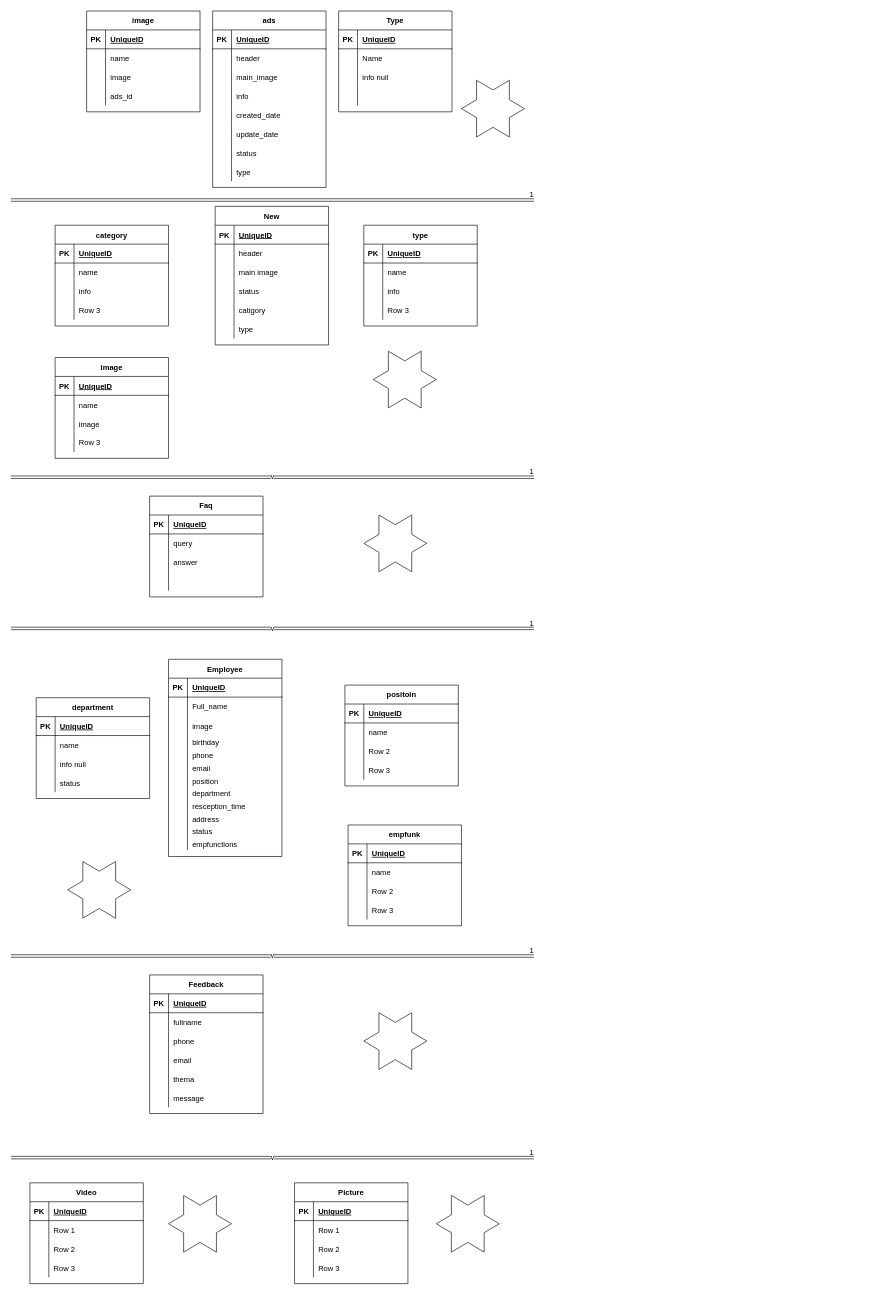
Above: page "aero" (4 of 4) of Untitled Diagram.drawio in Ramizddin/Games (draw.io), before the change. Source tidied: cells renumbered, new cells numbered last; positions are measured from the earlier drawing's top-left corner, leaving out a move shared by most shapes. Both pictures are drawn from the tidied source at 63%, with x=0, y=0 at pixel (11, 11).
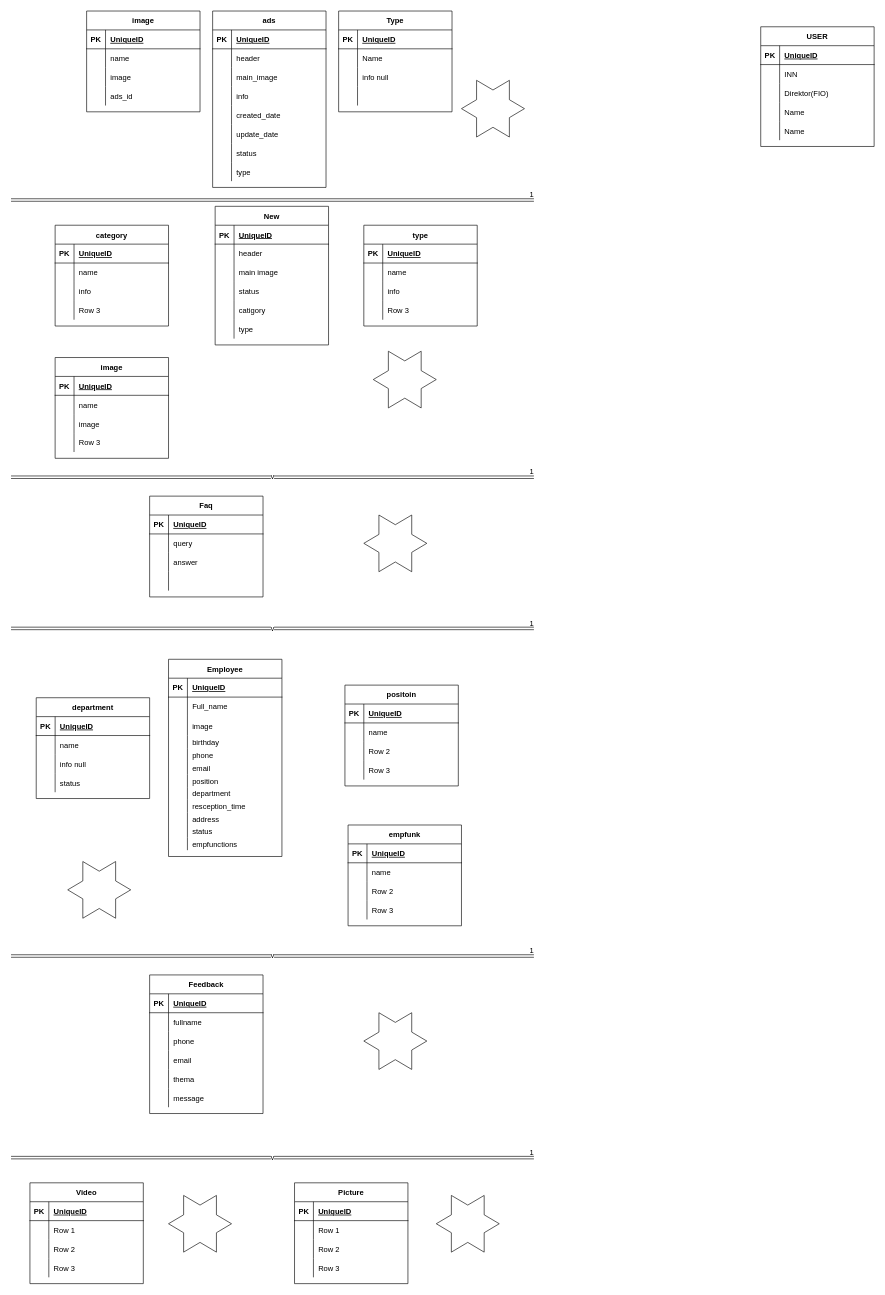
The same page after the edit.

The edit, as a diff of the source:
```diff
@@
+    <mxCell id="262" value="USER" style="shape=table;startSize=30;childLayout=tableLayout;rowLines=0;fontStyle=1;align=center;" parent="1" vertex="1">
+      <mxGeometry x="1190" y="25" width="180" height="190" as="geometry" />
+    </mxCell>
+    <mxCell id="263" style="shape=tableRow;horizontal=0;startSize=0;swimlaneHead=0;swimlaneBody=0;fillColor=none;top=0;left=0;right=0;bottom=1;" parent="262" vertex="1">
+      <mxGeometry y="30" width="180" height="30" as="geometry" />
+    </mxCell>
+    <mxCell id="264" value="PK" style="shape=partialRectangle;fillColor=none;top=0;left=0;bottom=0;right=0;fontStyle=1;overflow=hidden;" parent="263" vertex="1">
+      <mxGeometry width="30" height="30" as="geometry" />
+    </mxCell>
+    <mxCell id="265" value="UniqueID" style="shape=partialRectangle;fillColor=none;top=0;left=0;bottom=0;right=0;align=left;spacingLeft=6;fontStyle=5;overflow=hidden;" parent="263" vertex="1">
+      <mxGeometry x="30" width="150" height="30" as="geometry" />
+    </mxCell>
+    <mxCell id="266" style="shape=tableRow;horizontal=0;startSize=0;swimlaneHead=0;swimlaneBody=0;fillColor=none;top=0;left=0;right=0;bottom=0;" parent="262" vertex="1">
+      <mxGeometry y="60" width="180" height="30" as="geometry" />
+    </mxCell>
+    <mxCell id="267" style="shape=partialRectangle;fillColor=none;top=0;left=0;bottom=0;right=0;overflow=hidden;" parent="266" vertex="1">
+      <mxGeometry width="30" height="30" as="geometry" />
+    </mxCell>
+    <mxCell id="268" value="INN" style="shape=partialRectangle;fillColor=none;top=0;left=0;bottom=0;right=0;align=left;spacingLeft=6;overflow=hidden;" parent="266" vertex="1">
+      <mxGeometry x="30" width="150" height="30" as="geometry" />
+    </mxCell>
+    <mxCell id="269" style="shape=tableRow;horizontal=0;startSize=0;swimlaneHead=0;swimlaneBody=0;fillColor=none;top=0;left=0;right=0;bottom=0;" parent="262" vertex="1">
+      <mxGeometry y="90" width="180" height="30" as="geometry" />
+    </mxCell>
+    <mxCell id="270" style="shape=partialRectangle;fillColor=none;top=0;left=0;bottom=0;right=0;overflow=hidden;" parent="269" vertex="1">
+      <mxGeometry width="30" height="30" as="geometry" />
+    </mxCell>
+    <mxCell id="271" value="Direktor(FIO)" style="shape=partialRectangle;fillColor=none;top=0;left=0;bottom=0;right=0;align=left;spacingLeft=6;overflow=hidden;" parent="269" vertex="1">
+      <mxGeometry x="30" width="150" height="30" as="geometry" />
+    </mxCell>
+    <mxCell id="272" style="shape=tableRow;horizontal=0;startSize=0;swimlaneHead=0;swimlaneBody=0;fillColor=none;top=0;left=0;right=0;bottom=0;" parent="262" vertex="1">
+      <mxGeometry y="120" width="180" height="30" as="geometry" />
+    </mxCell>
+    <mxCell id="273" style="shape=partialRectangle;fillColor=none;top=0;left=0;bottom=0;right=0;overflow=hidden;" parent="272" vertex="1">
+      <mxGeometry width="30" height="30" as="geometry" />
+    </mxCell>
+    <mxCell id="274" value="Name" style="shape=partialRectangle;fillColor=none;top=0;left=0;bottom=0;right=0;align=left;spacingLeft=6;overflow=hidden;" parent="272" vertex="1">
+      <mxGeometry x="30" width="150" height="30" as="geometry" />
+    </mxCell>
+    <mxCell id="275" style="shape=tableRow;horizontal=0;startSize=0;swimlaneHead=0;swimlaneBody=0;fillColor=none;top=0;left=0;right=0;bottom=0;" parent="262" vertex="1">
+      <mxGeometry y="150" width="180" height="30" as="geometry" />
+    </mxCell>
+    <mxCell id="276" style="shape=partialRectangle;fillColor=none;top=0;left=0;bottom=0;right=0;overflow=hidden;" parent="275" vertex="1">
+      <mxGeometry width="30" height="30" as="geometry" />
+    </mxCell>
+    <mxCell id="277" value="Name" style="shape=partialRectangle;fillColor=none;top=0;left=0;bottom=0;right=0;align=left;spacingLeft=6;overflow=hidden;" parent="275" vertex="1">
+      <mxGeometry x="30" width="150" height="30" as="geometry" />
+    </mxCell>
```
